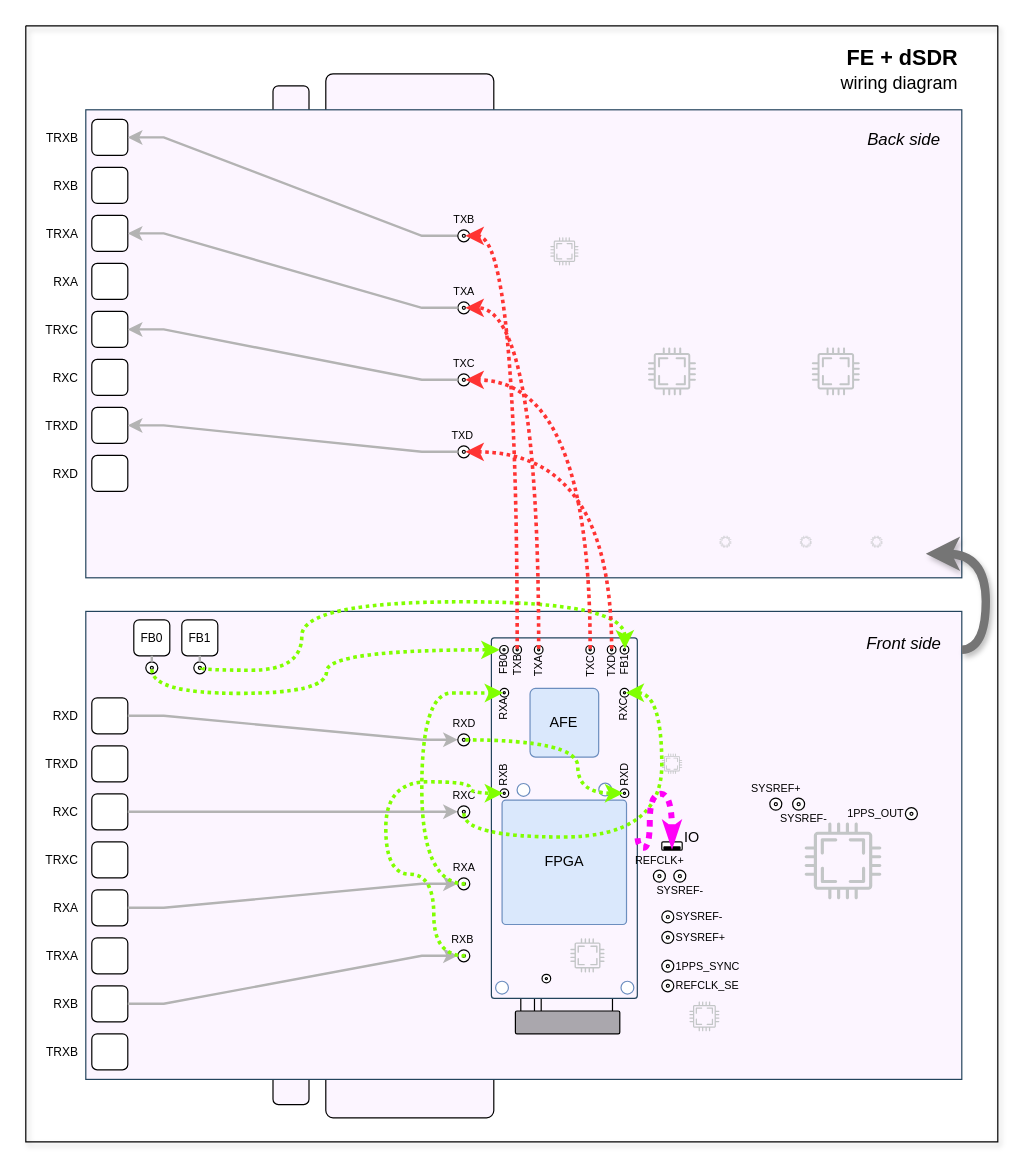
This is source/_static/fe/dsdr_wiring.drawio from wavelet-lab/docs, a draw.io file, before an edit. Source tidied: cells renumbered, new cells numbered last; positions are measured from the earlier drawing's top-left corner, leaving out a move shared by most shapes. Both pictures are drawn from the tidied source at 120%, with x=0, y=0 at pixel (25, 25).
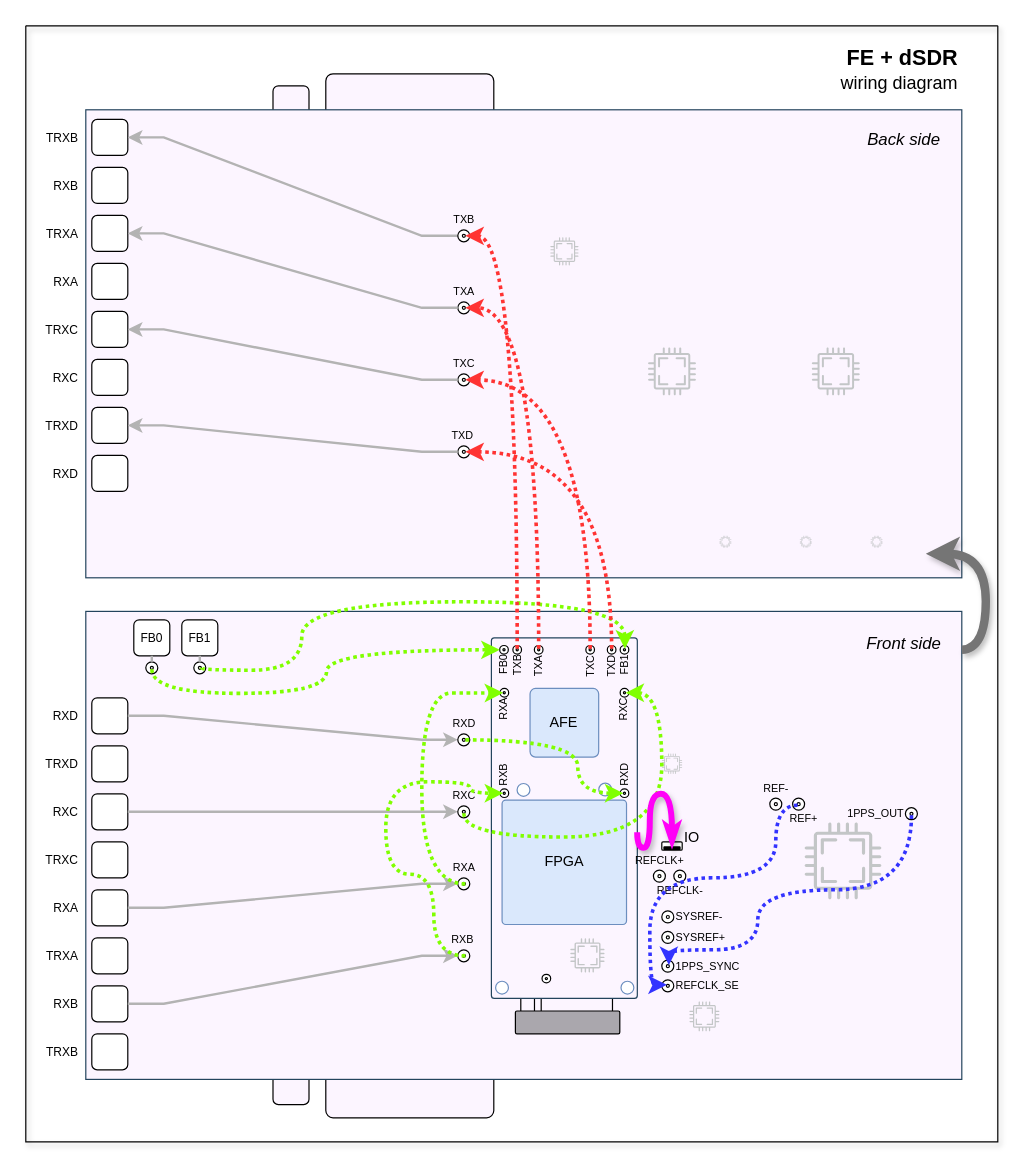
Above is the later version.

Unchanged cells that the change refers to:
```xml
<mxCell id="2" style="swimlane;startSize=0;shadow=1;rounded=0;" parent="1" vertex="1">
  <mxGeometry width="810" height="930" as="geometry" />
</mxCell>
<mxCell id="62" style="rounded=1;whiteSpace=wrap;html=1;labelPosition=center;verticalLabelPosition=middle;align=right;verticalAlign=top;fontSize=12;spacing=5;spacingRight=5;fillColor=#FCF5FF;strokeColor=#23445d;perimeterSpacing=0;arcSize=2;flipH=0;rotation=0;direction=south;" parent="59" vertex="1">
  <mxGeometry width="121.6" height="300.5" as="geometry" />
</mxCell>
<mxCell id="128" style="ellipse;whiteSpace=wrap;html=1;" parent="126" vertex="1">
  <mxGeometry x="3.8" y="3.8" width="2.5" height="2.5" as="geometry" />
</mxCell>
<mxCell id="132" style="ellipse;whiteSpace=wrap;html=1;" parent="130" vertex="1">
  <mxGeometry x="3.8" y="3.8" width="2.5" height="2.5" as="geometry" />
</mxCell>
<mxCell id="144" style="ellipse;whiteSpace=wrap;html=1;" parent="142" vertex="1">
  <mxGeometry x="3.8" y="3.8" width="2.5" height="2.5" as="geometry" />
</mxCell>
<mxCell id="146" style="group;" parent="145" vertex="1">
  <mxGeometry width="10" height="10" as="geometry" />
</mxCell>
<mxCell id="154" style="group;" parent="153" vertex="1">
  <mxGeometry width="10" height="10" as="geometry" />
</mxCell>
<mxCell id="156" style="ellipse;whiteSpace=wrap;html=1;" parent="154" vertex="1">
  <mxGeometry x="3.8" y="3.8" width="2.5" height="2.5" as="geometry" />
</mxCell>
<mxCell id="158" style="group;" parent="157" vertex="1">
  <mxGeometry width="10" height="10" as="geometry" />
</mxCell>
<mxCell id="163" style="rounded=1;whiteSpace=wrap;html=1;fillColor=#000000;" parent="161" vertex="1">
  <mxGeometry x="1.8" y="4.3" width="13.4" height="2.1" as="geometry" />
</mxCell>
```

What changed in the source:
```diff
@@
-    <mxCell id="147" value="SYSREF-" style="ellipse;align=center;labelPosition=center;verticalLabelPosition=bottom;verticalAlign=top;fontSize=9;html=1;spacing=-3;" parent="146" vertex="1">
+    <mxCell id="147" value="REFCLK-" style="ellipse;align=center;labelPosition=center;verticalLabelPosition=bottom;verticalAlign=top;fontSize=9;html=1;spacing=-3;" parent="146" vertex="1">
       <mxGeometry width="10" height="10" as="geometry" />
     </mxCell>
@@
-    <mxCell id="155" value="SYSREF-" style="ellipse;html=1;align=center;labelPosition=center;verticalLabelPosition=bottom;verticalAlign=top;fontSize=9;spacingLeft=7;spacing=-3;" parent="154" vertex="1">
+    <mxCell id="155" value="REF+" style="ellipse;html=1;align=center;labelPosition=center;verticalLabelPosition=bottom;verticalAlign=top;fontSize=9;spacingLeft=7;spacing=-3;" parent="154" vertex="1">
       <mxGeometry width="10" height="10" as="geometry" />
     </mxCell>
@@
-    <mxCell id="159" value="SYSREF+" style="ellipse;html=1;align=center;labelPosition=center;verticalLabelPosition=top;verticalAlign=bottom;fontSize=9;spacing=2;spacingRight=0;" parent="158" vertex="1">
+    <mxCell id="159" value="REF-" style="ellipse;html=1;align=center;labelPosition=center;verticalLabelPosition=top;verticalAlign=bottom;fontSize=9;spacing=2;spacingRight=0;" parent="158" vertex="1">
       <mxGeometry width="10" height="10" as="geometry" />
     </mxCell>
@@
-    <mxCell id="164" style="edgeStyle=orthogonalEdgeStyle;rounded=0;jettySize=auto;html=1;exitX=0.5;exitY=0;exitDx=0;exitDy=0;entryX=0.539;entryY=0.001;entryDx=0;entryDy=0;entryPerimeter=0;strokeWidth=5;curved=1;dashed=1;dashPattern=1 1;endArrow=none;endFill=0;startArrow=classicThin;startFill=1;strokeColor=#FF00F7;" parent="2" edge="1" source="163" target="62">
+    <mxCell id="164" style="edgeStyle=orthogonalEdgeStyle;rounded=0;jettySize=auto;html=1;exitX=0.5;exitY=0;exitDx=0;exitDy=0;entryX=0.539;entryY=0.001;entryDx=0;entryDy=0;entryPerimeter=0;strokeWidth=5;curved=1;endArrow=none;endFill=0;startArrow=classicThin;startFill=1;strokeColor=#FF00F7;shadow=1;" parent="2" edge="1" source="163" target="62">
       <mxGeometry relative="1" as="geometry">
         <Array as="points">
           <mxPoint x="538" y="640" />
           <mxPoint x="520" y="640" />
           <mxPoint x="520" y="685" />
           <mxPoint x="510" y="685" />
         </Array>
       </mxGeometry>
     </mxCell>
+    <mxCell id="165" style="edgeStyle=orthogonalEdgeStyle;rounded=0;jettySize=auto;html=1;exitX=0.5;exitY=1;exitDx=0;exitDy=0;entryX=1;entryY=0;entryDx=0;entryDy=0;strokeWidth=3;dashed=1;dashPattern=1 1;strokeColor=#3333FF;curved=1;" parent="2" edge="1" source="144" target="132">
+      <mxGeometry relative="1" as="geometry">
+        <Array as="points">
+          <mxPoint x="738" y="720" />
+          <mxPoint x="610" y="720" />
+          <mxPoint x="610" y="770" />
+          <mxPoint x="536" y="770" />
+        </Array>
+      </mxGeometry>
+    </mxCell>
+    <mxCell id="166" style="edgeStyle=orthogonalEdgeStyle;rounded=0;jettySize=auto;html=1;exitX=0;exitY=1;exitDx=0;exitDy=0;entryX=0;entryY=0;entryDx=0;entryDy=0;strokeWidth=3;dashed=1;dashPattern=1 1;strokeColor=#3333FF;curved=1;" parent="2" edge="1" source="156" target="128">
+      <mxGeometry relative="1" as="geometry">
+        <Array as="points">
+          <mxPoint x="625" y="649" />
+          <mxPoint x="625" y="710" />
+          <mxPoint x="520" y="710" />
+          <mxPoint x="520" y="799" />
+        </Array>
+      </mxGeometry>
+    </mxCell>
```
